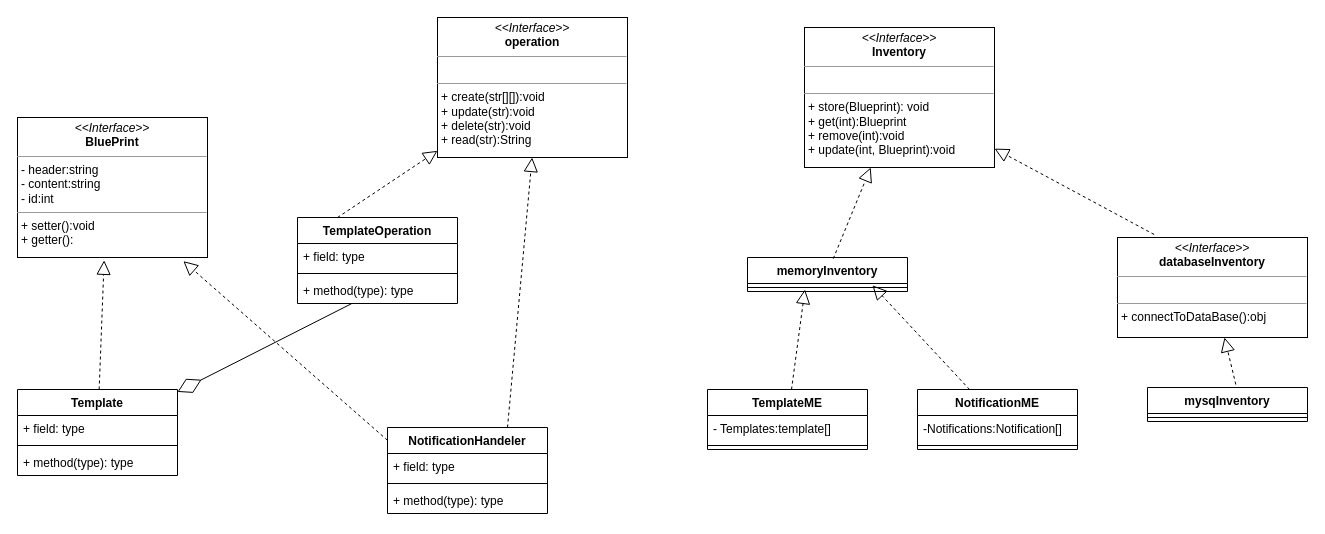
This is diagrams/classDiagram_V5.drawio from Abdelrhman-ammar/NotificationSystem, a draw.io file, before an edit. Source tidied: cells renumbered, new cells numbered last; positions are measured from the earlier drawing's top-left corner, leaving out a move shared by most shapes. Both pictures are drawn from the tidied source at 100%, with x=0, y=0 at pixel (17, 17).
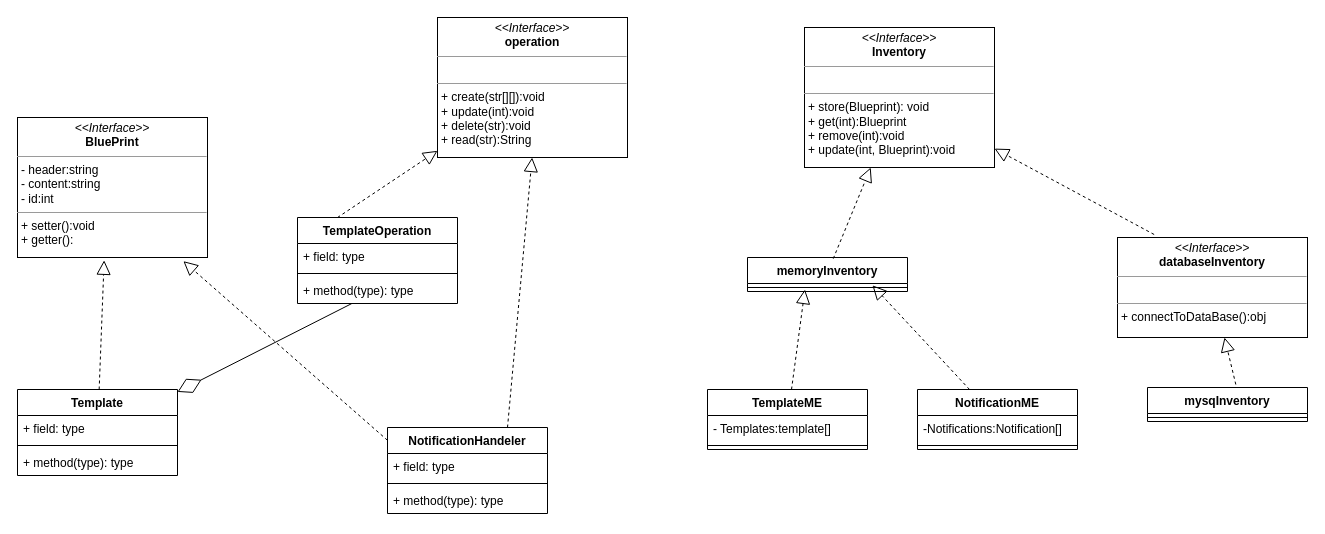
The same page after the edit.

Commit message (it also covers changes not shown here):
update class diagram

Change to the diagram source:
```diff
@@
-    <mxCell id="14" value="&lt;p style=&quot;margin: 0px ; margin-top: 4px ; text-align: center&quot;&gt;&lt;i&gt;&amp;lt;&amp;lt;Interface&amp;gt;&amp;gt;&lt;/i&gt;&lt;br&gt;&lt;b&gt;operation&lt;/b&gt;&lt;/p&gt;&lt;hr size=&quot;1&quot;&gt;&lt;p style=&quot;margin: 0px ; margin-left: 4px&quot;&gt;&lt;br&gt;&lt;/p&gt;&lt;hr size=&quot;1&quot;&gt;&lt;p style=&quot;margin: 0px ; margin-left: 4px&quot;&gt;+ create(str[][]):void&lt;br style=&quot;padding: 0px ; margin: 0px&quot;&gt;+ update(str):void&lt;br style=&quot;padding: 0px ; margin: 0px&quot;&gt;+ delete(str):void&lt;br style=&quot;padding: 0px ; margin: 0px&quot;&gt;+ read(str):String&lt;/p&gt;&lt;div style=&quot;padding: 0px ; margin: 0px&quot;&gt;&lt;br style=&quot;padding: 0px ; margin: 0px&quot;&gt;&lt;/div&gt;" style="verticalAlign=top;align=left;overflow=fill;fontSize=12;fontFamily=Helvetica;html=1;" parent="1" vertex="1">
+    <mxCell id="14" value="&lt;p style=&quot;margin: 0px ; margin-top: 4px ; text-align: center&quot;&gt;&lt;i&gt;&amp;lt;&amp;lt;Interface&amp;gt;&amp;gt;&lt;/i&gt;&lt;br&gt;&lt;b&gt;operation&lt;/b&gt;&lt;/p&gt;&lt;hr size=&quot;1&quot;&gt;&lt;p style=&quot;margin: 0px ; margin-left: 4px&quot;&gt;&lt;br&gt;&lt;/p&gt;&lt;hr size=&quot;1&quot;&gt;&lt;p style=&quot;margin: 0px ; margin-left: 4px&quot;&gt;+ create(str[][]):void&lt;br style=&quot;padding: 0px ; margin: 0px&quot;&gt;+ update(int):void&lt;br style=&quot;padding: 0px ; margin: 0px&quot;&gt;+ delete(str):void&lt;br style=&quot;padding: 0px ; margin: 0px&quot;&gt;+ read(str):String&lt;/p&gt;&lt;div style=&quot;padding: 0px ; margin: 0px&quot;&gt;&lt;br style=&quot;padding: 0px ; margin: 0px&quot;&gt;&lt;/div&gt;" style="verticalAlign=top;align=left;overflow=fill;fontSize=12;fontFamily=Helvetica;html=1;" parent="1" vertex="1">
       <mxGeometry x="420" width="190" height="140" as="geometry" />
     </mxCell>
```
